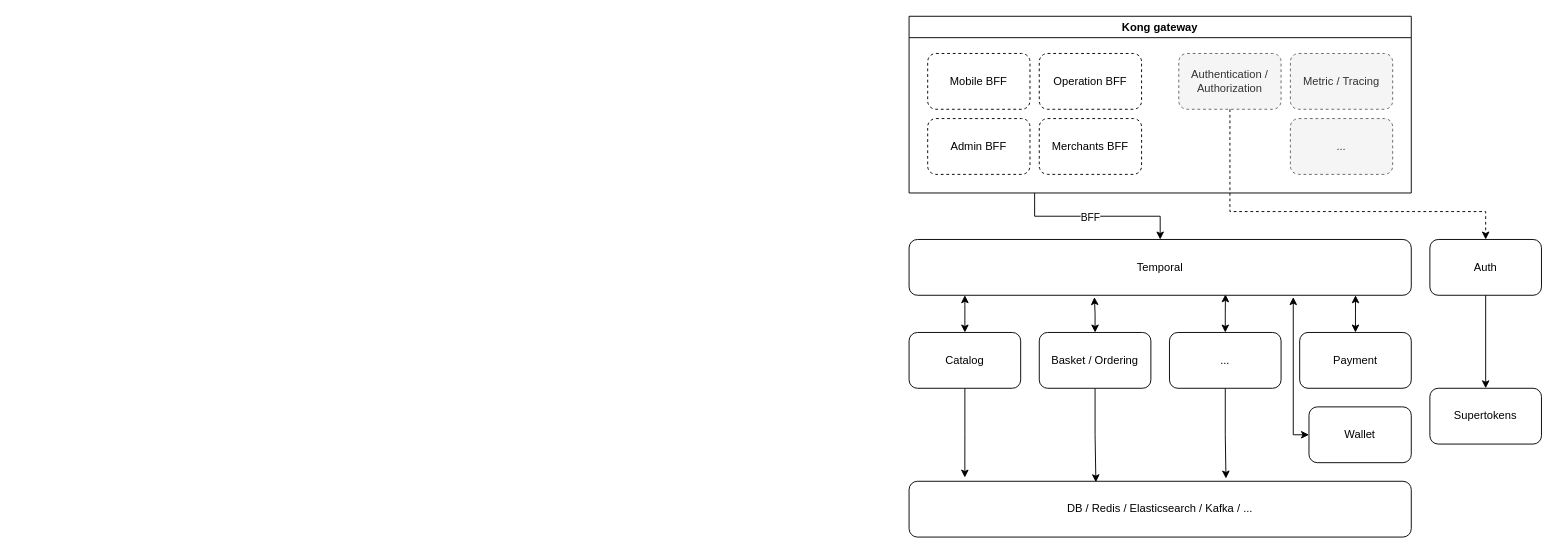
Earlier version of the draw.io diagram system/neocafesystem.drawio (ciaolink-neocafe/diagrams). Source tidied: cells renumbered, new cells numbered last; positions are measured from the earlier drawing's top-left corner, leaving out a move shared by most shapes. Both pictures are drawn from the tidied source at 93%, with x=0, y=0 at pixel (909, 16).
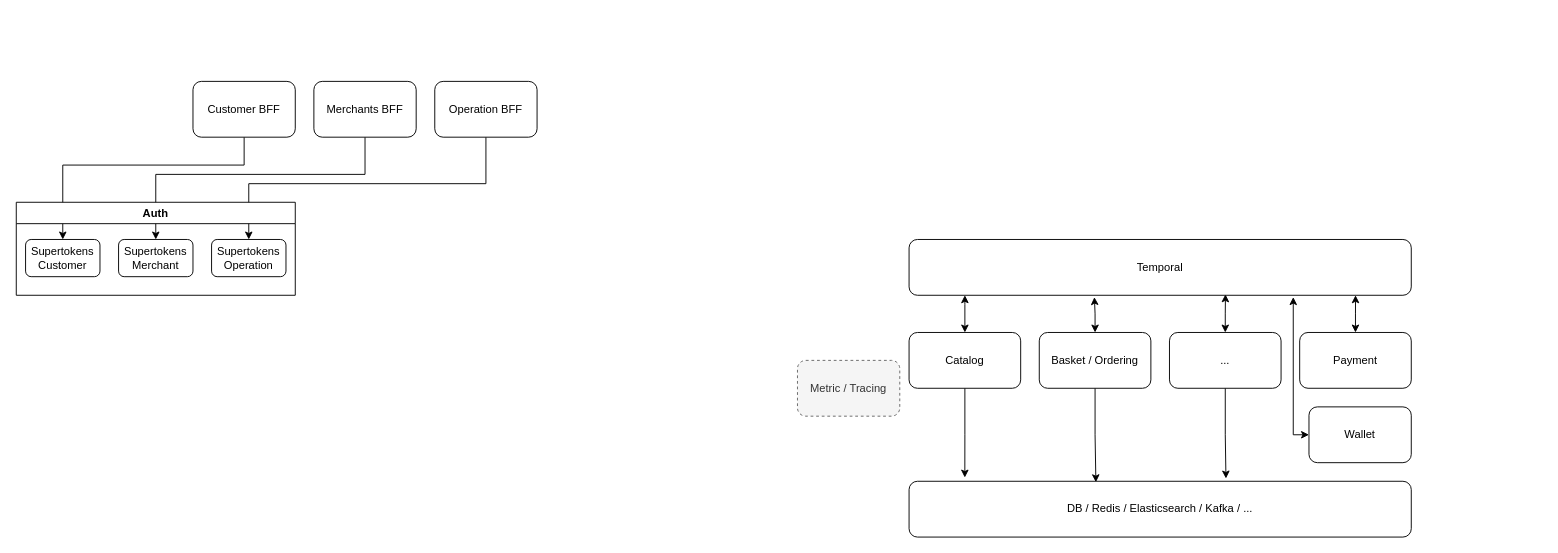
The same page after the edit.

The change refers to these unchanged cells:
```xml
<mxCell id="24" value="Temporal" style="rounded=1;whiteSpace=wrap;html=1;" parent="1" vertex="1">
  <mxGeometry y="240" width="540" height="60" as="geometry" />
</mxCell>
```

Change to the diagram source:
```diff
@@
-    <mxCell id="2" style="edgeStyle=orthogonalEdgeStyle;rounded=0;jettySize=auto;html=1;exitX=0.25;exitY=1;exitDx=0;exitDy=0;" parent="1" edge="1" source="4" target="24">
-      <mxGeometry relative="1" as="geometry" />
-    </mxCell>
-    <mxCell id="3" value="BFF" style="edgeLabel;html=1;align=center;verticalAlign=middle;" parent="2" vertex="1">
-      <mxGeometry x="-0.09" y="-1" relative="1" as="geometry" />
-    </mxCell>
-    <mxCell id="4" value="Kong gateway" style="swimlane;whiteSpace=wrap;html=1;" parent="1" vertex="1">
-      <mxGeometry width="540" height="190" as="geometry" />
-    </mxCell>
-    <mxCell id="5" value="Mobile BFF" style="rounded=1;whiteSpace=wrap;html=1;dashed=1;" parent="4" vertex="1">
-      <mxGeometry x="20" y="40" width="110" height="60" as="geometry" />
-    </mxCell>
-    <mxCell id="6" value="Admin BFF" style="rounded=1;whiteSpace=wrap;html=1;dashed=1;" parent="4" vertex="1">
-      <mxGeometry x="20" y="110" width="110" height="60" as="geometry" />
-    </mxCell>
-    <mxCell id="7" value="Operation BFF" style="rounded=1;whiteSpace=wrap;html=1;dashed=1;" parent="4" vertex="1">
-      <mxGeometry x="140" y="40" width="110" height="60" as="geometry" />
-    </mxCell>
-    <mxCell id="8" value="Merchants BFF" style="rounded=1;whiteSpace=wrap;html=1;dashed=1;" parent="4" vertex="1">
-      <mxGeometry x="140" y="110" width="110" height="60" as="geometry" />
-    </mxCell>
-    <mxCell id="9" value="Authentication / Authorization" style="rounded=1;whiteSpace=wrap;html=1;dashed=1;fillColor=#f5f5f5;fontColor=#333333;strokeColor=#666666;" parent="4" vertex="1">
-      <mxGeometry x="290" y="40" width="110" height="60" as="geometry" />
-    </mxCell>
-    <mxCell id="10" value="Metric / Tracing" style="rounded=1;whiteSpace=wrap;html=1;dashed=1;fillColor=#f5f5f5;fontColor=#333333;strokeColor=#666666;" parent="4" vertex="1">
-      <mxGeometry x="410" y="40" width="110" height="60" as="geometry" />
-    </mxCell>
-    <mxCell id="11" value="..." style="rounded=1;whiteSpace=wrap;html=1;dashed=1;fillColor=#f5f5f5;fontColor=#333333;strokeColor=#666666;" parent="4" vertex="1">
-      <mxGeometry x="410" y="110" width="110" height="60" as="geometry" />
-    </mxCell>
@@
-    <mxCell id="25" style="edgeStyle=orthogonalEdgeStyle;rounded=0;jettySize=auto;html=1;entryX=0.5;entryY=0;entryDx=0;entryDy=0;" parent="1" edge="1" source="26" target="27">
-      <mxGeometry relative="1" as="geometry" />
-    </mxCell>
-    <mxCell id="26" value="Auth" style="rounded=1;whiteSpace=wrap;html=1;" parent="1" vertex="1">
-      <mxGeometry x="560" y="240" width="120" height="60" as="geometry" />
-    </mxCell>
-    <mxCell id="27" value="Supertokens" style="rounded=1;whiteSpace=wrap;html=1;" parent="1" vertex="1">
-      <mxGeometry x="560" y="400" width="120" height="60" as="geometry" />
-    </mxCell>
@@
-    <mxCell id="30" style="edgeStyle=orthogonalEdgeStyle;rounded=0;jettySize=auto;html=1;dashed=1;" parent="1" edge="1" source="9" target="26">
-      <mxGeometry relative="1" as="geometry">
-        <Array as="points">
-          <mxPoint x="345" y="210" />
-          <mxPoint x="620" y="210" />
-        </Array>
-      </mxGeometry>
-    </mxCell>
+    <mxCell id="31" style="edgeStyle=orthogonalEdgeStyle;rounded=0;jettySize=auto;html=1;entryX=0.5;entryY=0;entryDx=0;entryDy=0;exitX=0.5;exitY=1;exitDx=0;exitDy=0;" parent="1" edge="1" source="5" target="26">
+      <mxGeometry relative="1" as="geometry">
+        <Array as="points">
+          <mxPoint x="-715" y="160" />
+          <mxPoint x="-910" y="160" />
+        </Array>
+      </mxGeometry>
+    </mxCell>
+    <mxCell id="5" value="Customer BFF" style="rounded=1;whiteSpace=wrap;html=1;" parent="1" vertex="1">
+      <mxGeometry x="-770" y="70" width="110" height="60" as="geometry" />
+    </mxCell>
+    <mxCell id="32" style="edgeStyle=orthogonalEdgeStyle;rounded=0;jettySize=auto;html=1;entryX=0.5;entryY=0;entryDx=0;entryDy=0;" parent="1" edge="1" source="7" target="36">
+      <mxGeometry relative="1" as="geometry">
+        <Array as="points">
+          <mxPoint x="-455" y="180" />
+          <mxPoint x="-710" y="180" />
+        </Array>
+      </mxGeometry>
+    </mxCell>
+    <mxCell id="7" value="Operation BFF" style="rounded=1;whiteSpace=wrap;html=1;" parent="1" vertex="1">
+      <mxGeometry x="-510" y="70" width="110" height="60" as="geometry" />
+    </mxCell>
+    <mxCell id="33" style="edgeStyle=orthogonalEdgeStyle;rounded=0;jettySize=auto;html=1;entryX=0.5;entryY=0;entryDx=0;entryDy=0;" parent="1" edge="1" source="8" target="35">
+      <mxGeometry relative="1" as="geometry">
+        <Array as="points">
+          <mxPoint x="-585" y="170" />
+          <mxPoint x="-810" y="170" />
+        </Array>
+      </mxGeometry>
+    </mxCell>
+    <mxCell id="8" value="Merchants BFF" style="rounded=1;whiteSpace=wrap;html=1;" parent="1" vertex="1">
+      <mxGeometry x="-640" y="70" width="110" height="60" as="geometry" />
+    </mxCell>
+    <mxCell id="10" value="Metric / Tracing" style="rounded=1;whiteSpace=wrap;html=1;dashed=1;fillColor=#f5f5f5;fontColor=#333333;strokeColor=#666666;" parent="1" vertex="1">
+      <mxGeometry x="-120" y="370" width="110" height="60" as="geometry" />
+    </mxCell>
+    <mxCell id="34" value="Auth" style="swimlane;whiteSpace=wrap;html=1;" parent="1" vertex="1">
+      <mxGeometry x="-960" y="200" width="300" height="100" as="geometry" />
+    </mxCell>
+    <mxCell id="35" value="Supertokens&lt;br&gt;Merchant" style="rounded=1;whiteSpace=wrap;html=1;" parent="34" vertex="1">
+      <mxGeometry x="110" y="40" width="80" height="40" as="geometry" />
+    </mxCell>
+    <mxCell id="26" value="Supertokens&lt;br&gt;Customer" style="rounded=1;whiteSpace=wrap;html=1;" parent="34" vertex="1">
+      <mxGeometry x="10" y="40" width="80" height="40" as="geometry" />
+    </mxCell>
+    <mxCell id="36" value="Supertokens&lt;br&gt;Operation" style="rounded=1;whiteSpace=wrap;html=1;" parent="34" vertex="1">
+      <mxGeometry x="210" y="40" width="80" height="40" as="geometry" />
+    </mxCell>
```
